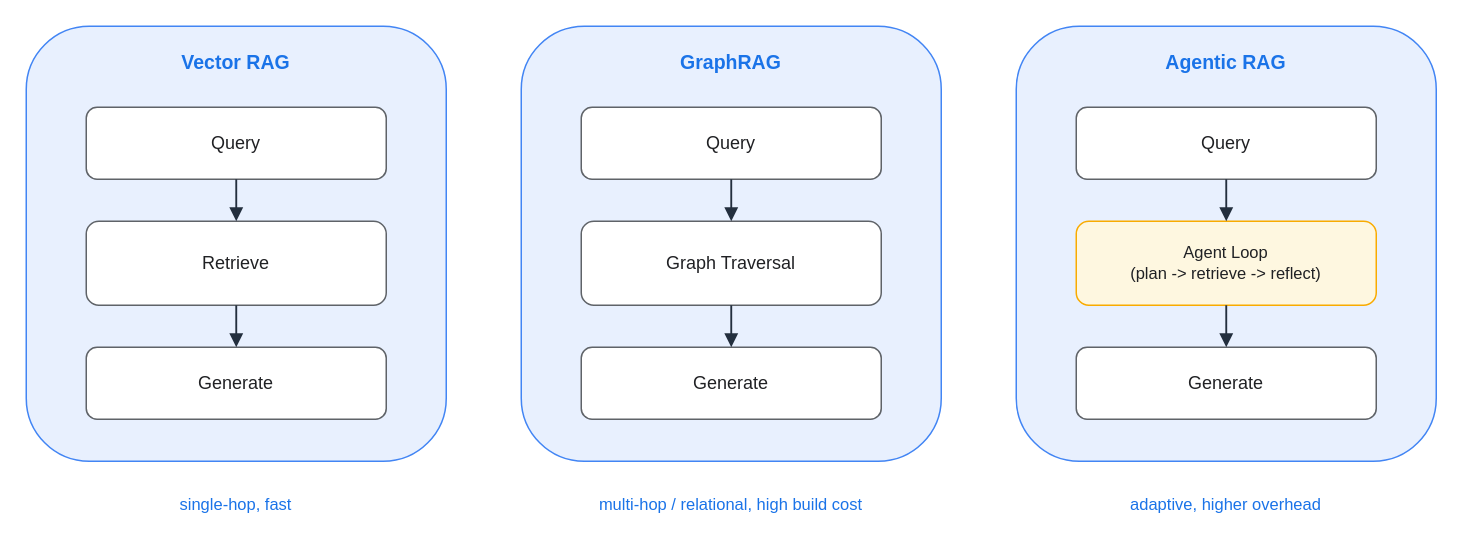
The draw.io diagram assets/img/ai/rag-07-rag-variants.drawio in KKamJi98/kkamji98.github.io, before the edit. Source tidied: cells renumbered, new cells numbered last; positions are measured from the earlier drawing's top-left corner, leaving out a move shared by most shapes. Both pictures are drawn from the tidied source at 150%, with x=0, y=0 at pixel (26, 26).
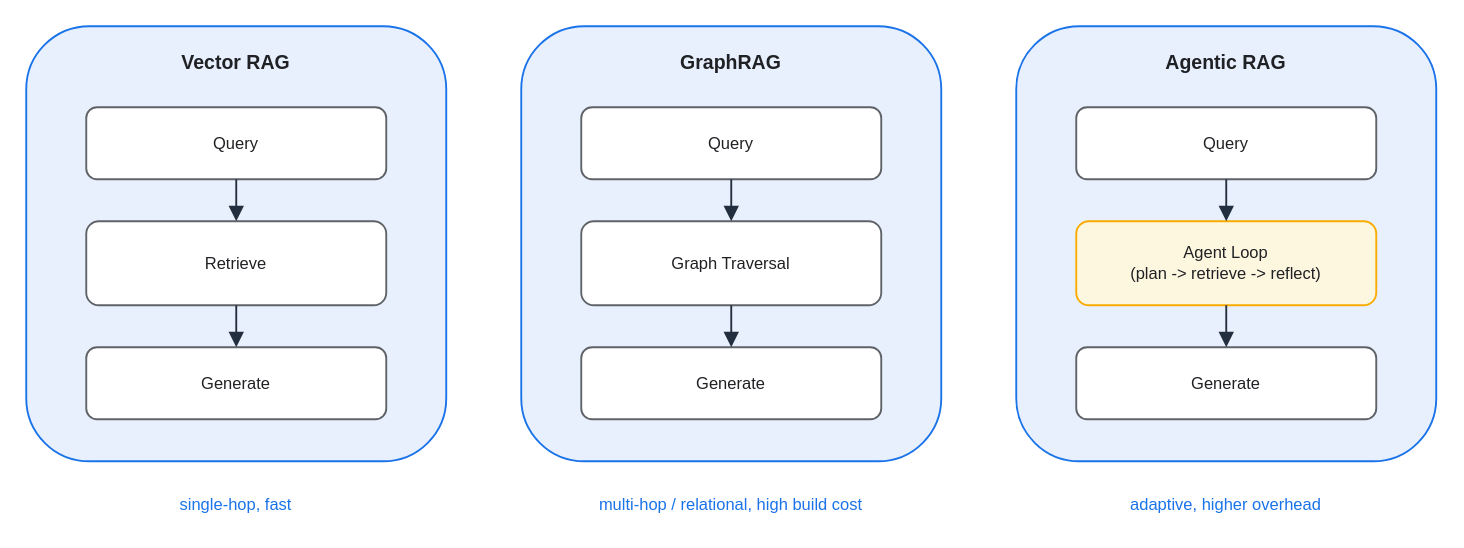
After the change.

Diff of the diagram source:
```diff
@@
-<mxGraphModel>
+<mxGraphModel background="#FFFFFF">
@@
-    <mxCell id="2" value="Vector RAG" style="rounded=1;html=0;fillColor=#E8F0FE;strokeColor=#4285F4;verticalAlign=top;align=center;fontStyle=1;fontSize=13;fontColor=#1A73E8;spacingTop=10;shadow=0;" parent="1" vertex="1">
+    <mxCell id="2" value="Vector RAG" style="rounded=1;html=0;fillColor=#E8F0FE;strokeColor=#1A73E8;verticalAlign=top;align=center;fontStyle=1;fontSize=13;fontColor=#202124;spacingTop=10;shadow=0;strokeWidth=1.25;" parent="1" vertex="1">
       <mxGeometry width="280" height="290" as="geometry" />
     </mxCell>
-    <mxCell id="3" value="Query" style="rounded=1;whiteSpace=wrap;html=0;fillColor=#FFFFFF;strokeColor=#5F6368;shadow=0;fontSize=12;fontColor=#202124;" parent="1" vertex="1">
+    <mxCell id="3" value="Query" style="rounded=1;whiteSpace=wrap;html=0;fillColor=#FFFFFF;strokeColor=#5F6368;shadow=0;fontSize=11;fontColor=#202124;strokeWidth=1.25;" parent="1" vertex="1">
       <mxGeometry x="40" y="54" width="200" height="48" as="geometry" />
     </mxCell>
-    <mxCell id="4" value="Retrieve" style="rounded=1;whiteSpace=wrap;html=0;fillColor=#FFFFFF;strokeColor=#5F6368;shadow=0;fontSize=12;fontColor=#202124;" parent="1" vertex="1">
+    <mxCell id="4" value="Retrieve" style="rounded=1;whiteSpace=wrap;html=0;fillColor=#FFFFFF;strokeColor=#5F6368;shadow=0;fontSize=11;fontColor=#202124;strokeWidth=1.25;" parent="1" vertex="1">
       <mxGeometry x="40" y="130" width="200" height="56" as="geometry" />
     </mxCell>
-    <mxCell id="5" value="Generate" style="rounded=1;whiteSpace=wrap;html=0;fillColor=#FFFFFF;strokeColor=#5F6368;shadow=0;fontSize=12;fontColor=#202124;" parent="1" vertex="1">
+    <mxCell id="5" value="Generate" style="rounded=1;whiteSpace=wrap;html=0;fillColor=#FFFFFF;strokeColor=#5F6368;shadow=0;fontSize=11;fontColor=#202124;strokeWidth=1.25;" parent="1" vertex="1">
       <mxGeometry x="40" y="214" width="200" height="48" as="geometry" />
     </mxCell>
@@
-    <mxCell id="7" value="GraphRAG" style="rounded=1;html=0;fillColor=#E8F0FE;strokeColor=#4285F4;verticalAlign=top;align=center;fontStyle=1;fontSize=13;fontColor=#1A73E8;spacingTop=10;shadow=0;" parent="1" vertex="1">
+    <mxCell id="7" value="GraphRAG" style="rounded=1;html=0;fillColor=#E8F0FE;strokeColor=#1A73E8;verticalAlign=top;align=center;fontStyle=1;fontSize=13;fontColor=#202124;spacingTop=10;shadow=0;strokeWidth=1.25;" parent="1" vertex="1">
       <mxGeometry x="330" width="280" height="290" as="geometry" />
     </mxCell>
-    <mxCell id="8" value="Query" style="rounded=1;whiteSpace=wrap;html=0;fillColor=#FFFFFF;strokeColor=#5F6368;shadow=0;fontSize=12;fontColor=#202124;" parent="1" vertex="1">
+    <mxCell id="8" value="Query" style="rounded=1;whiteSpace=wrap;html=0;fillColor=#FFFFFF;strokeColor=#5F6368;shadow=0;fontSize=11;fontColor=#202124;strokeWidth=1.25;" parent="1" vertex="1">
       <mxGeometry x="370" y="54" width="200" height="48" as="geometry" />
     </mxCell>
-    <mxCell id="9" value="Graph Traversal" style="rounded=1;whiteSpace=wrap;html=0;fillColor=#FFFFFF;strokeColor=#5F6368;shadow=0;fontSize=12;fontColor=#202124;" parent="1" vertex="1">
+    <mxCell id="9" value="Graph Traversal" style="rounded=1;whiteSpace=wrap;html=0;fillColor=#FFFFFF;strokeColor=#5F6368;shadow=0;fontSize=11;fontColor=#202124;strokeWidth=1.25;" parent="1" vertex="1">
       <mxGeometry x="370" y="130" width="200" height="56" as="geometry" />
     </mxCell>
-    <mxCell id="10" value="Generate" style="rounded=1;whiteSpace=wrap;html=0;fillColor=#FFFFFF;strokeColor=#5F6368;shadow=0;fontSize=12;fontColor=#202124;" parent="1" vertex="1">
+    <mxCell id="10" value="Generate" style="rounded=1;whiteSpace=wrap;html=0;fillColor=#FFFFFF;strokeColor=#5F6368;shadow=0;fontSize=11;fontColor=#202124;strokeWidth=1.25;" parent="1" vertex="1">
       <mxGeometry x="370" y="214" width="200" height="48" as="geometry" />
     </mxCell>
@@
-    <mxCell id="12" value="Agentic RAG" style="rounded=1;html=0;fillColor=#E8F0FE;strokeColor=#4285F4;verticalAlign=top;align=center;fontStyle=1;fontSize=13;fontColor=#1A73E8;spacingTop=10;shadow=0;" parent="1" vertex="1">
+    <mxCell id="12" value="Agentic RAG" style="rounded=1;html=0;fillColor=#E8F0FE;strokeColor=#1A73E8;verticalAlign=top;align=center;fontStyle=1;fontSize=13;fontColor=#202124;spacingTop=10;shadow=0;strokeWidth=1.25;" parent="1" vertex="1">
       <mxGeometry x="660" width="280" height="290" as="geometry" />
     </mxCell>
-    <mxCell id="13" value="Query" style="rounded=1;whiteSpace=wrap;html=0;fillColor=#FFFFFF;strokeColor=#5F6368;shadow=0;fontSize=12;fontColor=#202124;" parent="1" vertex="1">
+    <mxCell id="13" value="Query" style="rounded=1;whiteSpace=wrap;html=0;fillColor=#FFFFFF;strokeColor=#5F6368;shadow=0;fontSize=11;fontColor=#202124;strokeWidth=1.25;" parent="1" vertex="1">
       <mxGeometry x="700" y="54" width="200" height="48" as="geometry" />
     </mxCell>
-    <mxCell id="14" value="Agent Loop&#10;(plan -&gt; retrieve -&gt; reflect)" style="rounded=1;whiteSpace=wrap;html=0;fillColor=#FEF7E0;strokeColor=#F9AB00;shadow=0;fontSize=11;fontColor=#202124;" parent="1" vertex="1">
+    <mxCell id="14" value="Agent Loop&#10;(plan -&gt; retrieve -&gt; reflect)" style="rounded=1;whiteSpace=wrap;html=0;fillColor=#FEF7E0;strokeColor=#F9AB00;shadow=0;fontSize=11;fontColor=#202124;strokeWidth=1.25;" parent="1" vertex="1">
       <mxGeometry x="700" y="130" width="200" height="56" as="geometry" />
     </mxCell>
-    <mxCell id="15" value="Generate" style="rounded=1;whiteSpace=wrap;html=0;fillColor=#FFFFFF;strokeColor=#5F6368;shadow=0;fontSize=12;fontColor=#202124;" parent="1" vertex="1">
+    <mxCell id="15" value="Generate" style="rounded=1;whiteSpace=wrap;html=0;fillColor=#FFFFFF;strokeColor=#5F6368;shadow=0;fontSize=11;fontColor=#202124;strokeWidth=1.25;" parent="1" vertex="1">
       <mxGeometry x="700" y="214" width="200" height="48" as="geometry" />
     </mxCell>
@@
-    <mxCell id="17" style="edgeStyle=orthogonalEdgeStyle;rounded=1;html=0;endArrow=block;strokeColor=#232F3E;strokeWidth=1.25;fontColor=#232F3E;exitX=0.5;exitY=1;exitDx=0;exitDy=0;entryX=0.5;entryY=0;entryDx=0;entryDy=0;" parent="1" edge="1" source="3" target="4">
+    <mxCell id="17" style="edgeStyle=orthogonalEdgeStyle;rounded=1;html=0;endArrow=block;strokeColor=#232F3E;strokeWidth=1.25;fontColor=#202124;exitX=0.5;exitY=1;exitDx=0;exitDy=0;entryX=0.5;entryY=0;entryDx=0;entryDy=0;endSize=7;" parent="1" edge="1" source="3" target="4">
       <mxGeometry relative="1" as="geometry" />
     </mxCell>
-    <mxCell id="18" style="edgeStyle=orthogonalEdgeStyle;rounded=1;html=0;endArrow=block;strokeColor=#232F3E;strokeWidth=1.25;fontColor=#232F3E;exitX=0.5;exitY=1;exitDx=0;exitDy=0;entryX=0.5;entryY=0;entryDx=0;entryDy=0;" parent="1" edge="1" source="4" target="5">
+    <mxCell id="18" style="edgeStyle=orthogonalEdgeStyle;rounded=1;html=0;endArrow=block;strokeColor=#232F3E;strokeWidth=1.25;fontColor=#202124;exitX=0.5;exitY=1;exitDx=0;exitDy=0;entryX=0.5;entryY=0;entryDx=0;entryDy=0;endSize=7;" parent="1" edge="1" source="4" target="5">
       <mxGeometry relative="1" as="geometry" />
     </mxCell>
-    <mxCell id="19" style="edgeStyle=orthogonalEdgeStyle;rounded=1;html=0;endArrow=block;strokeColor=#232F3E;strokeWidth=1.25;fontColor=#232F3E;exitX=0.5;exitY=1;exitDx=0;exitDy=0;entryX=0.5;entryY=0;entryDx=0;entryDy=0;" parent="1" edge="1" source="8" target="9">
+    <mxCell id="19" style="edgeStyle=orthogonalEdgeStyle;rounded=1;html=0;endArrow=block;strokeColor=#232F3E;strokeWidth=1.25;fontColor=#202124;exitX=0.5;exitY=1;exitDx=0;exitDy=0;entryX=0.5;entryY=0;entryDx=0;entryDy=0;endSize=7;" parent="1" edge="1" source="8" target="9">
       <mxGeometry relative="1" as="geometry" />
     </mxCell>
-    <mxCell id="20" style="edgeStyle=orthogonalEdgeStyle;rounded=1;html=0;endArrow=block;strokeColor=#232F3E;strokeWidth=1.25;fontColor=#232F3E;exitX=0.5;exitY=1;exitDx=0;exitDy=0;entryX=0.5;entryY=0;entryDx=0;entryDy=0;" parent="1" edge="1" source="9" target="10">
+    <mxCell id="20" style="edgeStyle=orthogonalEdgeStyle;rounded=1;html=0;endArrow=block;strokeColor=#232F3E;strokeWidth=1.25;fontColor=#202124;exitX=0.5;exitY=1;exitDx=0;exitDy=0;entryX=0.5;entryY=0;entryDx=0;entryDy=0;endSize=7;" parent="1" edge="1" source="9" target="10">
       <mxGeometry relative="1" as="geometry" />
     </mxCell>
-    <mxCell id="21" style="edgeStyle=orthogonalEdgeStyle;rounded=1;html=0;endArrow=block;strokeColor=#232F3E;strokeWidth=1.25;fontColor=#232F3E;exitX=0.5;exitY=1;exitDx=0;exitDy=0;entryX=0.5;entryY=0;entryDx=0;entryDy=0;" parent="1" edge="1" source="13" target="14">
+    <mxCell id="21" style="edgeStyle=orthogonalEdgeStyle;rounded=1;html=0;endArrow=block;strokeColor=#232F3E;strokeWidth=1.25;fontColor=#202124;exitX=0.5;exitY=1;exitDx=0;exitDy=0;entryX=0.5;entryY=0;entryDx=0;entryDy=0;endSize=7;" parent="1" edge="1" source="13" target="14">
       <mxGeometry relative="1" as="geometry" />
     </mxCell>
-    <mxCell id="22" style="edgeStyle=orthogonalEdgeStyle;rounded=1;html=0;endArrow=block;strokeColor=#232F3E;strokeWidth=1.25;fontColor=#232F3E;exitX=0.5;exitY=1;exitDx=0;exitDy=0;entryX=0.5;entryY=0;entryDx=0;entryDy=0;" parent="1" edge="1" source="14" target="15">
+    <mxCell id="22" style="edgeStyle=orthogonalEdgeStyle;rounded=1;html=0;endArrow=block;strokeColor=#232F3E;strokeWidth=1.25;fontColor=#202124;exitX=0.5;exitY=1;exitDx=0;exitDy=0;entryX=0.5;entryY=0;entryDx=0;entryDy=0;endSize=7;" parent="1" edge="1" source="14" target="15">
       <mxGeometry relative="1" as="geometry" />
     </mxCell>
```
